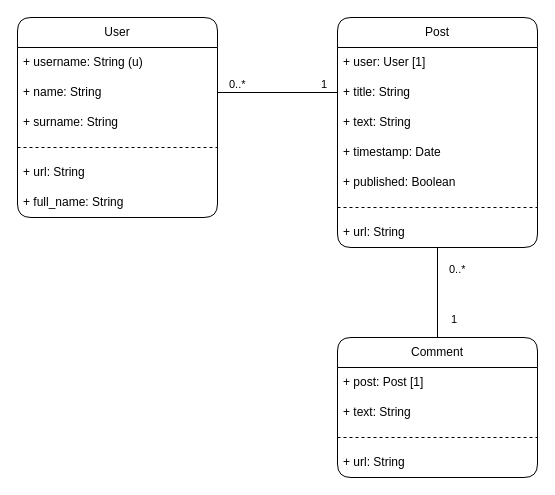
This is docs/entity-relationship-diagram.drawio from davmedeiros/blog-api, a draw.io file, before an edit. Source tidied: cells renumbered, new cells numbered last; positions are measured from the earlier drawing's top-left corner, leaving out a move shared by most shapes. Both pictures are drawn from the tidied source at 100%, with x=0, y=0 at pixel (17, 17).
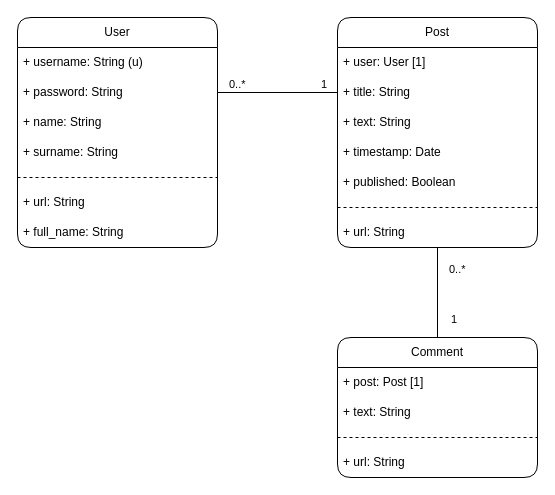
The same diagram, later.

Commit message (it also covers changes not shown here):
Add password to user prevent it from being fetched

The change refers to these unchanged cells:
```xml
<mxCell id="11" value="+ title: String" style="text;strokeColor=none;fillColor=none;align=left;verticalAlign=middle;spacingLeft=4;spacingRight=4;overflow=hidden;points=[[0,0.5],[1,0.5]];portConstraint=eastwest;whiteSpace=wrap;html=1;" parent="9" vertex="1">
  <mxGeometry y="60" width="200" height="30" as="geometry" />
</mxCell>
```

What changed in the source:
```diff
@@
     <mxCell id="2" value="User" style="swimlane;fontStyle=0;horizontal=1;startSize=30;whiteSpace=wrap;html=1;rounded=1;swimlaneLine=1;shadow=0;strokeColor=default;" parent="1" vertex="1">
-      <mxGeometry width="200" height="200" as="geometry" />
+      <mxGeometry width="200" height="230" as="geometry" />
     </mxCell>
@@
+    <mxCell id="28" value="+ password: String" style="text;strokeColor=none;fillColor=none;align=left;verticalAlign=middle;spacingLeft=4;spacingRight=4;overflow=hidden;points=[[0,0.5],[1,0.5]];portConstraint=eastwest;whiteSpace=wrap;html=1;" parent="2" vertex="1">
+      <mxGeometry y="60" width="200" height="30" as="geometry" />
+    </mxCell>
     <mxCell id="4" value="+ name: String" style="text;strokeColor=none;fillColor=none;align=left;verticalAlign=middle;spacingLeft=4;spacingRight=4;overflow=hidden;points=[[0,0.5],[1,0.5]];portConstraint=eastwest;whiteSpace=wrap;html=1;" parent="2" vertex="1">
-      <mxGeometry y="60" width="200" height="30" as="geometry" />
+      <mxGeometry y="90" width="200" height="30" as="geometry" />
     </mxCell>
     <mxCell id="5" value="+ surname: String" style="text;strokeColor=none;fillColor=none;align=left;verticalAlign=middle;spacingLeft=4;spacingRight=4;overflow=hidden;whiteSpace=wrap;html=1;" parent="2" vertex="1">
-      <mxGeometry y="90" width="200" height="30" as="geometry" />
+      <mxGeometry y="120" width="200" height="30" as="geometry" />
     </mxCell>
     <mxCell id="6" style="shape=crossbar;whiteSpace=wrap;html=1;rounded=1;shadow=0;glass=0;dashed=1;sketch=0;strokeColor=default;fillColor=none;" parent="2" vertex="1">
-      <mxGeometry y="120" width="200" height="20" as="geometry" />
+      <mxGeometry y="150" width="200" height="20" as="geometry" />
     </mxCell>
     <mxCell id="7" value="+ url: String" style="text;strokeColor=none;fillColor=none;align=left;verticalAlign=middle;spacingLeft=4;spacingRight=4;overflow=hidden;whiteSpace=wrap;html=1;" parent="2" vertex="1">
-      <mxGeometry y="140" width="200" height="30" as="geometry" />
+      <mxGeometry y="170" width="200" height="30" as="geometry" />
     </mxCell>
     <mxCell id="8" value="+ full_name: String" style="text;strokeColor=none;fillColor=none;align=left;verticalAlign=middle;spacingLeft=4;spacingRight=4;overflow=hidden;whiteSpace=wrap;html=1;" parent="2" vertex="1">
-      <mxGeometry y="170" width="200" height="30" as="geometry" />
+      <mxGeometry y="200" width="200" height="30" as="geometry" />
     </mxCell>
@@
-    <mxCell id="17" style="endArrow=none;html=1;exitX=1;exitY=0.5;exitDx=0;exitDy=0;entryX=0;entryY=0.5;entryDx=0;entryDy=0;endFill=0;" parent="1" edge="1" source="4" target="11">
+    <mxCell id="17" style="endArrow=none;html=1;exitX=1;exitY=0.5;exitDx=0;exitDy=0;entryX=0;entryY=0.5;entryDx=0;entryDy=0;endFill=0;" parent="1" edge="1" source="28" target="11">
       <mxGeometry relative="1" as="geometry" />
     </mxCell>
```
